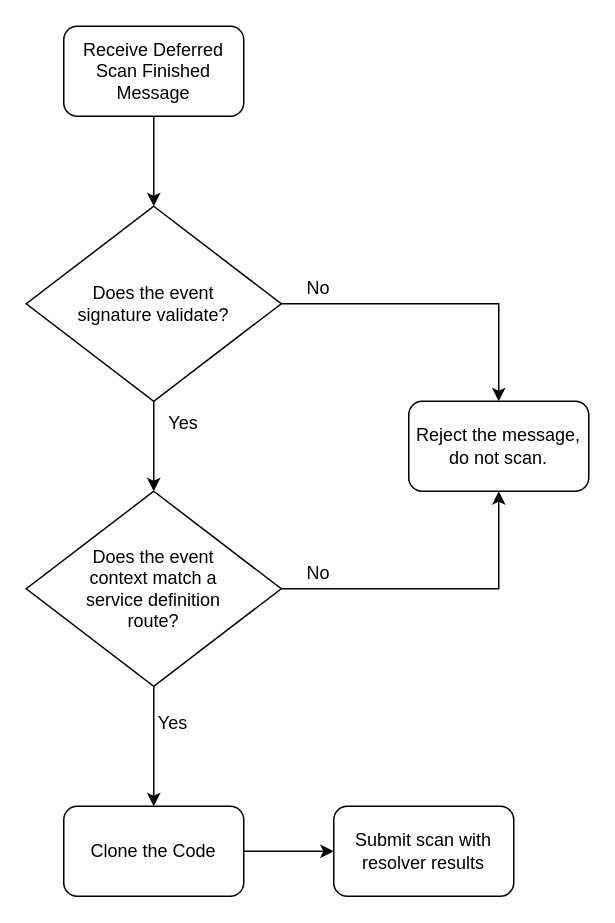
The draw.io diagram page "Post Delegated Scan Algorithm" (12 of 13) of manual/graphics/cxoneflow-diagrams.drawio in cx-nathan-leach/cxone-flow-buildwork, before the edit. Source tidied: cells renumbered, new cells numbered last; positions are measured from the earlier drawing's top-left corner, leaving out a move shared by most shapes. Both pictures are drawn from the tidied source at 150%, with x=0, y=0 at pixel (26, 26).
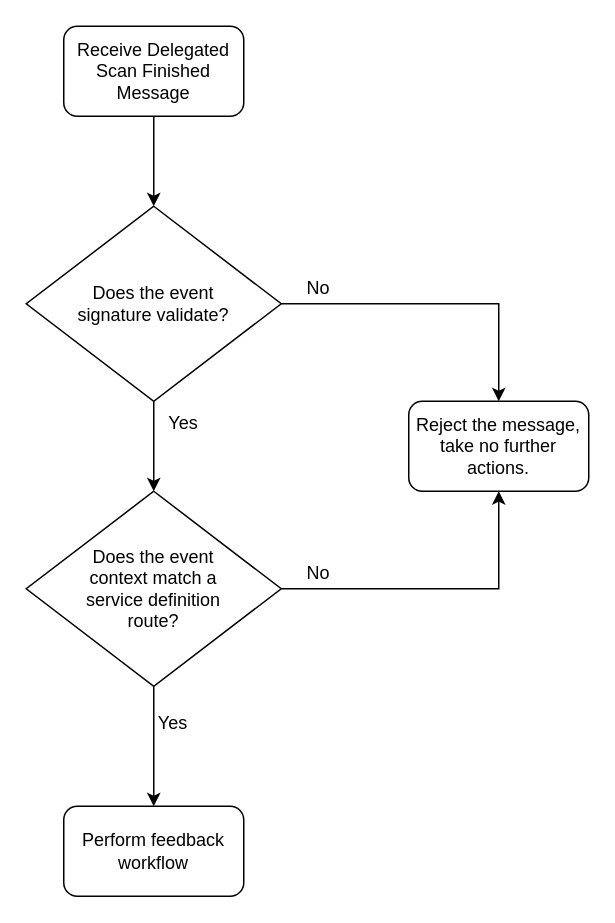
After the change.

What changed in the source:
```diff
@@
-    <mxCell id="2" value="Receive Deferred Scan Finished Message" style="rounded=1;whiteSpace=wrap;html=1;" parent="1" vertex="1">
+    <mxCell id="2" value="Receive Delegated Scan Finished Message" style="rounded=1;whiteSpace=wrap;html=1;" parent="1" vertex="1">
       <mxGeometry x="25" width="120" height="60" as="geometry" />
     </mxCell>
@@
-    <mxCell id="11" value="Clone the Code" style="rounded=1;whiteSpace=wrap;html=1;" parent="1" vertex="1">
+    <mxCell id="11" value="Perform feedback workflow" style="rounded=1;whiteSpace=wrap;html=1;" parent="1" vertex="1">
       <mxGeometry x="25" y="520" width="120" height="60" as="geometry" />
     </mxCell>
-    <mxCell id="12" value="Reject the message, do not scan." style="rounded=1;whiteSpace=wrap;html=1;" parent="1" vertex="1">
+    <mxCell id="12" value="Reject the message, take no further actions." style="rounded=1;whiteSpace=wrap;html=1;" parent="1" vertex="1">
       <mxGeometry x="255" y="250" width="120" height="60" as="geometry" />
     </mxCell>
@@
-    <mxCell id="16" value="Submit scan with resolver results" style="rounded=1;whiteSpace=wrap;html=1;" parent="1" vertex="1">
-      <mxGeometry x="205" y="520" width="120" height="60" as="geometry" />
-    </mxCell>
-    <mxCell id="17" style="endArrow=classic;html=1;rounded=0;entryX=0;entryY=0.5;entryDx=0;entryDy=0;exitX=1;exitY=0.5;exitDx=0;exitDy=0;" parent="1" edge="1" source="11" target="16">
-      <mxGeometry relative="1" as="geometry" />
-    </mxCell>
```
